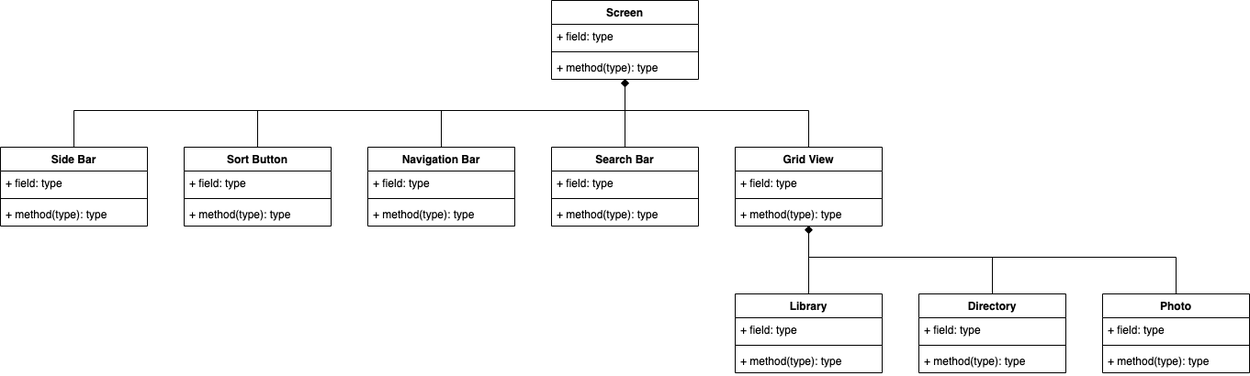
Before: docs/UML/FotoNavigationUml.drawio.png, a diagram exported from draw.io (KevinSchildhorn/FoToPresenter). Source tidied: cells renumbered, new cells last; positions are measured from the earlier drawing's top-left corner, leaving out a move shared by most shapes.
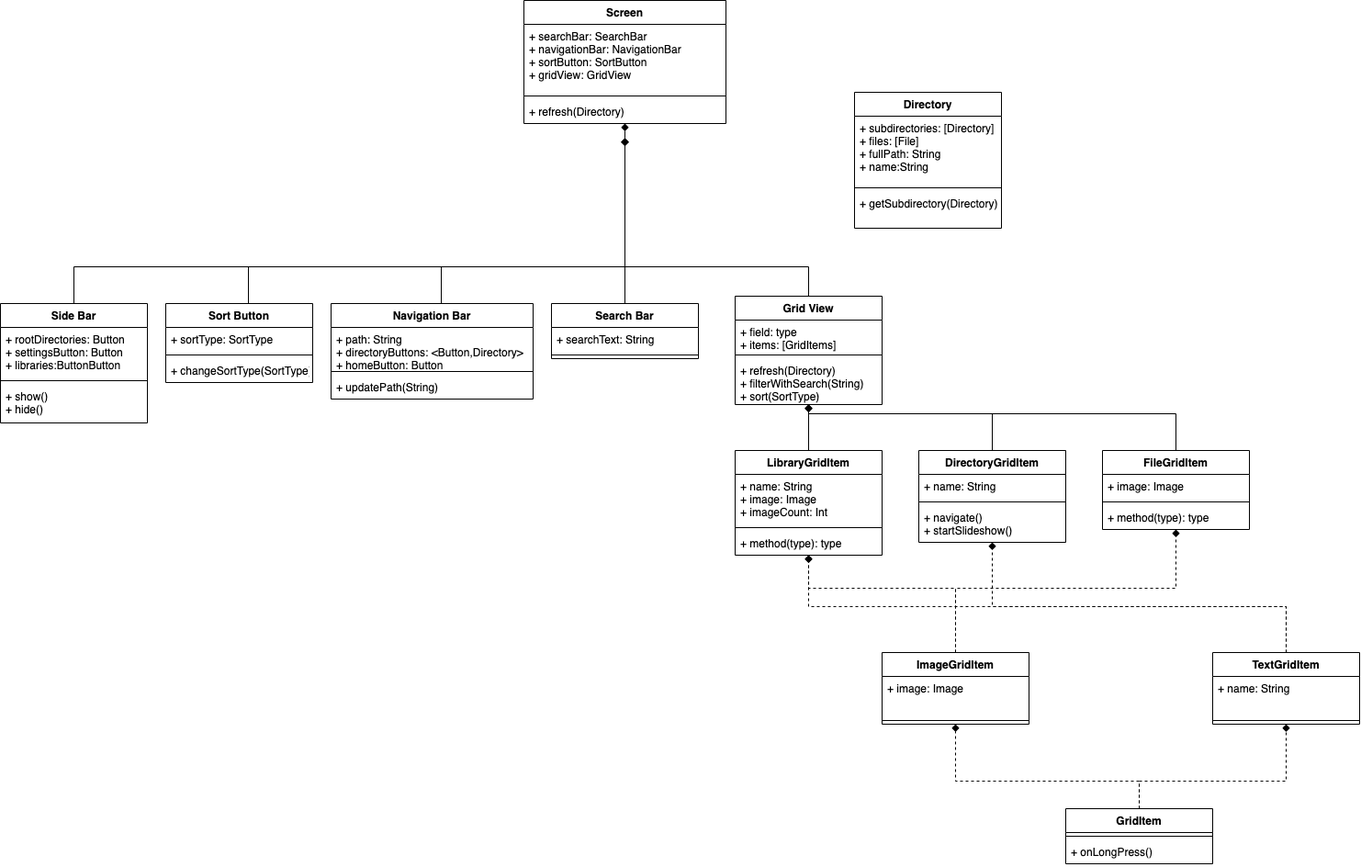
After the change.

Commit message:
Updating UML for Navigation

What changed in the source:
```diff
@@ -12,6 +12,6 @@
     </mxCell>
-    <mxCell id="3" value="Directory" style="swimlane;fontStyle=1;align=center;verticalAlign=top;horizontal=1;startSize=26;" parent="1" vertex="1">
-      <mxGeometry x="1000" y="320" width="160" height="86" as="geometry" />
+    <mxCell id="3" value="DirectoryGridItem" style="swimlane;fontStyle=1;align=center;verticalAlign=top;horizontal=1;startSize=26;" parent="1" vertex="1">
+      <mxGeometry x="1000" y="320" width="160" height="100" as="geometry" />
     </mxCell>
-    <mxCell id="4" value="+ field: type" style="text;strokeColor=none;fillColor=none;align=left;verticalAlign=top;spacingLeft=4;spacingRight=4;overflow=hidden;" parent="3" vertex="1">
+    <mxCell id="4" value="+ name: String" style="text;strokeColor=none;fillColor=none;align=left;verticalAlign=top;spacingLeft=4;spacingRight=4;overflow=hidden;" parent="3" vertex="1">
       <mxGeometry y="26" width="160" height="26" as="geometry" />
@@ -21,4 +21,4 @@
     </mxCell>
-    <mxCell id="6" value="+ method(type): type" style="text;strokeColor=none;fillColor=none;align=left;verticalAlign=top;spacingLeft=4;spacingRight=4;overflow=hidden;" parent="3" vertex="1">
-      <mxGeometry y="60" width="160" height="26" as="geometry" />
+    <mxCell id="6" value="+ navigate()&#10;+ startSlideshow()" style="text;strokeColor=none;fillColor=none;align=left;verticalAlign=top;spacingLeft=4;spacingRight=4;overflow=hidden;" parent="3" vertex="1">
+      <mxGeometry y="60" width="160" height="40" as="geometry" />
     </mxCell>
@@ -32,6 +32,6 @@
     </mxCell>
-    <mxCell id="8" value="Photo" style="swimlane;fontStyle=1;align=center;verticalAlign=top;horizontal=1;startSize=26;" parent="1" vertex="1">
+    <mxCell id="8" value="FileGridItem" style="swimlane;fontStyle=1;align=center;verticalAlign=top;horizontal=1;startSize=26;" parent="1" vertex="1">
       <mxGeometry x="1200" y="320" width="160" height="86" as="geometry" />
     </mxCell>
-    <mxCell id="9" value="+ field: type" style="text;strokeColor=none;fillColor=none;align=left;verticalAlign=top;spacingLeft=4;spacingRight=4;overflow=hidden;" parent="8" vertex="1">
+    <mxCell id="9" value="+ image: Image" style="text;strokeColor=none;fillColor=none;align=left;verticalAlign=top;spacingLeft=4;spacingRight=4;overflow=hidden;" parent="8" vertex="1">
       <mxGeometry y="26" width="160" height="26" as="geometry" />
@@ -44,4 +44,5 @@
     </mxCell>
-    <mxCell id="12" style="edgeStyle=orthogonalEdgeStyle;rounded=0;jettySize=auto;html=1;endArrow=diamond;endFill=1;" parent="1" edge="1" source="13" target="32">
+    <mxCell id="12" style="edgeStyle=orthogonalEdgeStyle;rounded=0;jettySize=auto;html=1;endArrow=diamond;endFill=1;" parent="1" edge="1" source="13">
       <mxGeometry relative="1" as="geometry">
+        <mxPoint x="680" y="-20" as="targetPoint" />
         <Array as="points">
@@ -53,20 +54,22 @@
     <mxCell id="13" value="Grid View" style="swimlane;fontStyle=1;align=center;verticalAlign=top;horizontal=1;startSize=26;" parent="1" vertex="1">
-      <mxGeometry x="800" y="160" width="160" height="86" as="geometry" />
+      <mxGeometry x="800" y="152" width="160" height="118" as="geometry" />
     </mxCell>
-    <mxCell id="14" value="+ field: type" style="text;strokeColor=none;fillColor=none;align=left;verticalAlign=top;spacingLeft=4;spacingRight=4;overflow=hidden;" parent="13" vertex="1">
-      <mxGeometry y="26" width="160" height="26" as="geometry" />
+    <mxCell id="14" value="+ field: type&#10;+ items: [GridItems]" style="text;strokeColor=none;fillColor=none;align=left;verticalAlign=top;spacingLeft=4;spacingRight=4;overflow=hidden;" parent="13" vertex="1">
+      <mxGeometry y="26" width="160" height="34" as="geometry" />
     </mxCell>
     <mxCell id="15" style="line;strokeWidth=1;fillColor=none;align=left;verticalAlign=middle;spacingTop=-1;spacingLeft=3;spacingRight=3;labelPosition=right;" parent="13" vertex="1">
-      <mxGeometry y="52" width="160" height="8" as="geometry" />
+      <mxGeometry y="60" width="160" height="8" as="geometry" />
     </mxCell>
-    <mxCell id="16" value="+ method(type): type" style="text;strokeColor=none;fillColor=none;align=left;verticalAlign=top;spacingLeft=4;spacingRight=4;overflow=hidden;" parent="13" vertex="1">
-      <mxGeometry y="60" width="160" height="26" as="geometry" />
+    <mxCell id="16" value="+ refresh(Directory)&#10;+ filterWithSearch(String)&#10;+ sort(SortType)" style="text;strokeColor=none;fillColor=none;align=left;verticalAlign=top;spacingLeft=4;spacingRight=4;overflow=hidden;" parent="13" vertex="1">
+      <mxGeometry y="68" width="160" height="50" as="geometry" />
     </mxCell>
-    <mxCell id="17" style="edgeStyle=orthogonalEdgeStyle;rounded=0;jettySize=auto;html=1;endArrow=diamond;endFill=1;" parent="1" edge="1" source="18" target="32">
-      <mxGeometry relative="1" as="geometry" />
+    <mxCell id="17" style="edgeStyle=orthogonalEdgeStyle;rounded=0;jettySize=auto;html=1;endArrow=diamond;endFill=1;" parent="1" edge="1" source="18">
+      <mxGeometry relative="1" as="geometry">
+        <mxPoint x="680" y="-20" as="targetPoint" />
+      </mxGeometry>
     </mxCell>
     <mxCell id="18" value="Search Bar" style="swimlane;fontStyle=1;align=center;verticalAlign=top;horizontal=1;startSize=26;" parent="1" vertex="1">
-      <mxGeometry x="600" y="160" width="160" height="86" as="geometry" />
+      <mxGeometry x="600" y="160" width="160" height="60" as="geometry" />
     </mxCell>
-    <mxCell id="19" value="+ field: type" style="text;strokeColor=none;fillColor=none;align=left;verticalAlign=top;spacingLeft=4;spacingRight=4;overflow=hidden;" parent="18" vertex="1">
+    <mxCell id="19" value="+ searchText: String" style="text;strokeColor=none;fillColor=none;align=left;verticalAlign=top;spacingLeft=4;spacingRight=4;overflow=hidden;" parent="18" vertex="1">
       <mxGeometry y="26" width="160" height="26" as="geometry" />
@@ -76,7 +79,5 @@
     </mxCell>
-    <mxCell id="21" value="+ method(type): type" style="text;strokeColor=none;fillColor=none;align=left;verticalAlign=top;spacingLeft=4;spacingRight=4;overflow=hidden;" parent="18" vertex="1">
-      <mxGeometry y="60" width="160" height="26" as="geometry" />
-    </mxCell>
-    <mxCell id="22" style="edgeStyle=orthogonalEdgeStyle;rounded=0;jettySize=auto;html=1;endArrow=diamond;endFill=1;" parent="1" edge="1" source="23" target="32">
+    <mxCell id="22" style="edgeStyle=orthogonalEdgeStyle;rounded=0;jettySize=auto;html=1;endArrow=diamond;endFill=1;" parent="1" edge="1" source="23">
       <mxGeometry relative="1" as="geometry">
+        <mxPoint x="680" y="-20" as="targetPoint" />
         <Array as="points">
@@ -88,12 +89,12 @@
     <mxCell id="23" value="Navigation Bar" style="swimlane;fontStyle=1;align=center;verticalAlign=top;horizontal=1;startSize=26;" parent="1" vertex="1">
-      <mxGeometry x="400" y="160" width="160" height="86" as="geometry" />
+      <mxGeometry x="360" y="160" width="220" height="104" as="geometry" />
     </mxCell>
-    <mxCell id="24" value="+ field: type" style="text;strokeColor=none;fillColor=none;align=left;verticalAlign=top;spacingLeft=4;spacingRight=4;overflow=hidden;" parent="23" vertex="1">
-      <mxGeometry y="26" width="160" height="26" as="geometry" />
+    <mxCell id="24" value="+ path: String&#10;+ directoryButtons: &lt;Button,Directory&gt;&#10;+ homeButton: Button" style="text;strokeColor=none;fillColor=none;align=left;verticalAlign=top;spacingLeft=4;spacingRight=4;overflow=hidden;" parent="23" vertex="1">
+      <mxGeometry y="26" width="220" height="44" as="geometry" />
     </mxCell>
     <mxCell id="25" style="line;strokeWidth=1;fillColor=none;align=left;verticalAlign=middle;spacingTop=-1;spacingLeft=3;spacingRight=3;labelPosition=right;" parent="23" vertex="1">
-      <mxGeometry y="52" width="160" height="8" as="geometry" />
+      <mxGeometry y="70" width="220" height="8" as="geometry" />
     </mxCell>
-    <mxCell id="26" value="+ method(type): type" style="text;strokeColor=none;fillColor=none;align=left;verticalAlign=top;spacingLeft=4;spacingRight=4;overflow=hidden;" parent="23" vertex="1">
-      <mxGeometry y="60" width="160" height="26" as="geometry" />
+    <mxCell id="26" value="+ updatePath(String)" style="text;strokeColor=none;fillColor=none;align=left;verticalAlign=top;spacingLeft=4;spacingRight=4;overflow=hidden;" parent="23" vertex="1">
+      <mxGeometry y="78" width="220" height="26" as="geometry" />
     </mxCell>
@@ -102,30 +103,19 @@
     </mxCell>
-    <mxCell id="28" value="Library" style="swimlane;fontStyle=1;align=center;verticalAlign=top;horizontal=1;startSize=26;" parent="1" vertex="1">
-      <mxGeometry x="800" y="320" width="160" height="86" as="geometry" />
+    <mxCell id="28" value="LibraryGridItem" style="swimlane;fontStyle=1;align=center;verticalAlign=top;horizontal=1;startSize=26;" parent="1" vertex="1">
+      <mxGeometry x="800" y="320" width="160" height="114" as="geometry" />
     </mxCell>
-    <mxCell id="29" value="+ field: type" style="text;strokeColor=none;fillColor=none;align=left;verticalAlign=top;spacingLeft=4;spacingRight=4;overflow=hidden;" parent="28" vertex="1">
-      <mxGeometry y="26" width="160" height="26" as="geometry" />
+    <mxCell id="29" value="+ name: String&#10;+ image: Image&#10;+ imageCount: Int" style="text;strokeColor=none;fillColor=none;align=left;verticalAlign=top;spacingLeft=4;spacingRight=4;overflow=hidden;" parent="28" vertex="1">
+      <mxGeometry y="26" width="160" height="54" as="geometry" />
     </mxCell>
     <mxCell id="30" style="line;strokeWidth=1;fillColor=none;align=left;verticalAlign=middle;spacingTop=-1;spacingLeft=3;spacingRight=3;labelPosition=right;" parent="28" vertex="1">
-      <mxGeometry y="52" width="160" height="8" as="geometry" />
+      <mxGeometry y="80" width="160" height="8" as="geometry" />
     </mxCell>
     <mxCell id="31" value="+ method(type): type" style="text;strokeColor=none;fillColor=none;align=left;verticalAlign=top;spacingLeft=4;spacingRight=4;overflow=hidden;" parent="28" vertex="1">
-      <mxGeometry y="60" width="160" height="26" as="geometry" />
+      <mxGeometry y="88" width="160" height="26" as="geometry" />
     </mxCell>
-    <mxCell id="32" value="Screen" style="swimlane;fontStyle=1;align=center;verticalAlign=top;horizontal=1;startSize=26;" parent="1" vertex="1">
-      <mxGeometry x="600" width="160" height="86" as="geometry" />
-    </mxCell>
-    <mxCell id="33" value="+ field: type" style="text;strokeColor=none;fillColor=none;align=left;verticalAlign=top;spacingLeft=4;spacingRight=4;overflow=hidden;" parent="32" vertex="1">
-      <mxGeometry y="26" width="160" height="26" as="geometry" />
-    </mxCell>
-    <mxCell id="34" style="line;strokeWidth=1;fillColor=none;align=left;verticalAlign=middle;spacingTop=-1;spacingLeft=3;spacingRight=3;labelPosition=right;" parent="32" vertex="1">
-      <mxGeometry y="52" width="160" height="8" as="geometry" />
-    </mxCell>
-    <mxCell id="35" value="+ method(type): type" style="text;strokeColor=none;fillColor=none;align=left;verticalAlign=top;spacingLeft=4;spacingRight=4;overflow=hidden;" parent="32" vertex="1">
-      <mxGeometry y="60" width="160" height="26" as="geometry" />
-    </mxCell>
-    <mxCell id="36" style="edgeStyle=orthogonalEdgeStyle;rounded=0;jettySize=auto;html=1;endArrow=diamond;endFill=1;" parent="1" edge="1" source="37" target="32">
+    <mxCell id="36" style="edgeStyle=orthogonalEdgeStyle;rounded=0;jettySize=auto;html=1;endArrow=diamond;endFill=1;" parent="1" edge="1" source="37">
       <mxGeometry relative="1" as="geometry">
+        <mxPoint x="680" y="-20" as="targetPoint" />
         <Array as="points">
-          <mxPoint x="280" y="120" />
+          <mxPoint x="270" y="120" />
           <mxPoint x="680" y="120" />
@@ -135,5 +125,5 @@
     <mxCell id="37" value="Sort Button" style="swimlane;fontStyle=1;align=center;verticalAlign=top;horizontal=1;startSize=26;" parent="1" vertex="1">
-      <mxGeometry x="200" y="160" width="160" height="86" as="geometry" />
+      <mxGeometry x="180" y="160" width="160" height="86" as="geometry" />
     </mxCell>
-    <mxCell id="38" value="+ field: type" style="text;strokeColor=none;fillColor=none;align=left;verticalAlign=top;spacingLeft=4;spacingRight=4;overflow=hidden;" parent="37" vertex="1">
+    <mxCell id="38" value="+ sortType: SortType" style="text;strokeColor=none;fillColor=none;align=left;verticalAlign=top;spacingLeft=4;spacingRight=4;overflow=hidden;" parent="37" vertex="1">
       <mxGeometry y="26" width="160" height="26" as="geometry" />
@@ -143,6 +133,6 @@
     </mxCell>
-    <mxCell id="40" value="+ method(type): type" style="text;strokeColor=none;fillColor=none;align=left;verticalAlign=top;spacingLeft=4;spacingRight=4;overflow=hidden;" parent="37" vertex="1">
+    <mxCell id="40" value="+ changeSortType(SortType)" style="text;strokeColor=none;fillColor=none;align=left;verticalAlign=top;spacingLeft=4;spacingRight=4;overflow=hidden;" parent="37" vertex="1">
       <mxGeometry y="60" width="160" height="26" as="geometry" />
     </mxCell>
-    <mxCell id="41" style="edgeStyle=orthogonalEdgeStyle;rounded=0;jettySize=auto;html=1;endArrow=diamond;endFill=1;" parent="1" edge="1" source="42" target="32">
+    <mxCell id="41" style="edgeStyle=orthogonalEdgeStyle;rounded=0;jettySize=auto;html=1;endArrow=diamond;endFill=1;entryX=0.5;entryY=1;entryDx=0;entryDy=0;entryPerimeter=0;" parent="1" edge="1" source="42" target="67">
       <mxGeometry relative="1" as="geometry">
@@ -155,13 +145,112 @@
     <mxCell id="42" value="Side Bar" style="swimlane;fontStyle=1;align=center;verticalAlign=top;horizontal=1;startSize=26;" parent="1" vertex="1">
-      <mxGeometry y="160" width="160" height="86" as="geometry" />
+      <mxGeometry y="160" width="160" height="130" as="geometry" />
     </mxCell>
-    <mxCell id="43" value="+ field: type" style="text;strokeColor=none;fillColor=none;align=left;verticalAlign=top;spacingLeft=4;spacingRight=4;overflow=hidden;" parent="42" vertex="1">
-      <mxGeometry y="26" width="160" height="26" as="geometry" />
+    <mxCell id="43" value="+ rootDirectories: Button&#10;+ settingsButton: Button&#10;+ libraries:ButtonButton" style="text;strokeColor=none;fillColor=none;align=left;verticalAlign=top;spacingLeft=4;spacingRight=4;overflow=hidden;" parent="42" vertex="1">
+      <mxGeometry y="26" width="160" height="54" as="geometry" />
     </mxCell>
     <mxCell id="44" style="line;strokeWidth=1;fillColor=none;align=left;verticalAlign=middle;spacingTop=-1;spacingLeft=3;spacingRight=3;labelPosition=right;" parent="42" vertex="1">
-      <mxGeometry y="52" width="160" height="8" as="geometry" />
+      <mxGeometry y="80" width="160" height="8" as="geometry" />
     </mxCell>
-    <mxCell id="45" value="+ method(type): type" style="text;strokeColor=none;fillColor=none;align=left;verticalAlign=top;spacingLeft=4;spacingRight=4;overflow=hidden;" parent="42" vertex="1">
-      <mxGeometry y="60" width="160" height="26" as="geometry" />
+    <mxCell id="45" value="+ show()&#10;+ hide()" style="text;strokeColor=none;fillColor=none;align=left;verticalAlign=top;spacingLeft=4;spacingRight=4;overflow=hidden;" parent="42" vertex="1">
+      <mxGeometry y="88" width="160" height="42" as="geometry" />
     </mxCell>
+    <mxCell id="46" value="Directory" style="swimlane;fontStyle=1;align=center;verticalAlign=top;horizontal=1;startSize=26;" parent="1" vertex="1">
+      <mxGeometry x="930" y="-70" width="160" height="148" as="geometry" />
+    </mxCell>
+    <mxCell id="47" value="+ subdirectories: [Directory]&#10;+ files: [File]&#10;+ fullPath: String&#10;+ name:String" style="text;strokeColor=none;fillColor=none;align=left;verticalAlign=top;spacingLeft=4;spacingRight=4;overflow=hidden;" parent="46" vertex="1">
+      <mxGeometry y="26" width="160" height="74" as="geometry" />
+    </mxCell>
+    <mxCell id="48" style="line;strokeWidth=1;fillColor=none;align=left;verticalAlign=middle;spacingTop=-1;spacingLeft=3;spacingRight=3;labelPosition=right;" parent="46" vertex="1">
+      <mxGeometry y="100" width="160" height="8" as="geometry" />
+    </mxCell>
+    <mxCell id="49" value="+ getSubdirectory(Directory)&#10;" style="text;strokeColor=none;fillColor=none;align=left;verticalAlign=top;spacingLeft=4;spacingRight=4;overflow=hidden;" parent="46" vertex="1">
+      <mxGeometry y="108" width="160" height="40" as="geometry" />
+    </mxCell>
+    <mxCell id="50" style="edgeStyle=orthogonalEdgeStyle;rounded=0;jettySize=auto;html=1;dashed=1;endArrow=diamond;endFill=1;" parent="1" edge="1" source="52" target="57">
+      <mxGeometry relative="1" as="geometry">
+        <Array as="points">
+          <mxPoint x="1240" y="680" />
+          <mxPoint x="1040" y="680" />
+        </Array>
+      </mxGeometry>
+    </mxCell>
+    <mxCell id="51" style="edgeStyle=orthogonalEdgeStyle;rounded=0;jettySize=auto;html=1;dashed=1;endArrow=diamond;endFill=1;" parent="1" edge="1" source="52" target="62">
+      <mxGeometry relative="1" as="geometry">
+        <Array as="points">
+          <mxPoint x="1240" y="680" />
+          <mxPoint x="1400" y="680" />
+        </Array>
+      </mxGeometry>
+    </mxCell>
+    <mxCell id="52" value="GridItem" style="swimlane;fontStyle=1;align=center;verticalAlign=top;horizontal=1;startSize=26;" parent="1" vertex="1">
+      <mxGeometry x="1160" y="710" width="160" height="60" as="geometry" />
+    </mxCell>
+    <mxCell id="53" style="line;strokeWidth=1;fillColor=none;align=left;verticalAlign=middle;spacingTop=-1;spacingLeft=3;spacingRight=3;labelPosition=right;" parent="52" vertex="1">
+      <mxGeometry y="26" width="160" height="8" as="geometry" />
+    </mxCell>
+    <mxCell id="54" value="+ onLongPress()" style="text;strokeColor=none;fillColor=none;align=left;verticalAlign=top;spacingLeft=4;spacingRight=4;overflow=hidden;" parent="52" vertex="1">
+      <mxGeometry y="34" width="160" height="26" as="geometry" />
+    </mxCell>
+    <mxCell id="55" style="edgeStyle=orthogonalEdgeStyle;rounded=0;jettySize=auto;html=1;dashed=1;endArrow=diamond;endFill=1;" parent="1" edge="1" source="57" target="28">
+      <mxGeometry relative="1" as="geometry">
+        <Array as="points">
+          <mxPoint x="1040" y="470" />
+          <mxPoint x="880" y="470" />
+        </Array>
+      </mxGeometry>
+    </mxCell>
+    <mxCell id="56" style="edgeStyle=orthogonalEdgeStyle;rounded=0;jettySize=auto;html=1;dashed=1;endArrow=diamond;endFill=1;" parent="1" edge="1" source="57" target="8">
+      <mxGeometry relative="1" as="geometry">
+        <Array as="points">
+          <mxPoint x="1040" y="470" />
+          <mxPoint x="1280" y="470" />
+        </Array>
+      </mxGeometry>
+    </mxCell>
+    <mxCell id="57" value="ImageGridItem" style="swimlane;fontStyle=1;align=center;verticalAlign=top;horizontal=1;startSize=26;" parent="1" vertex="1">
+      <mxGeometry x="960" y="540" width="160" height="78" as="geometry" />
+    </mxCell>
+    <mxCell id="58" value="+ image: Image" style="text;strokeColor=none;fillColor=none;align=left;verticalAlign=top;spacingLeft=4;spacingRight=4;overflow=hidden;" parent="57" vertex="1">
+      <mxGeometry y="26" width="160" height="44" as="geometry" />
+    </mxCell>
+    <mxCell id="59" style="line;strokeWidth=1;fillColor=none;align=left;verticalAlign=middle;spacingTop=-1;spacingLeft=3;spacingRight=3;labelPosition=right;" parent="57" vertex="1">
+      <mxGeometry y="70" width="160" height="8" as="geometry" />
+    </mxCell>
+    <mxCell id="60" style="edgeStyle=orthogonalEdgeStyle;rounded=0;jettySize=auto;html=1;dashed=1;endArrow=diamond;endFill=1;" parent="1" edge="1" source="62" target="3">
+      <mxGeometry relative="1" as="geometry">
+        <Array as="points">
+          <mxPoint x="1400" y="490" />
+          <mxPoint x="1080" y="490" />
+        </Array>
+      </mxGeometry>
+    </mxCell>
+    <mxCell id="61" style="edgeStyle=orthogonalEdgeStyle;rounded=0;jettySize=auto;html=1;dashed=1;endArrow=diamond;endFill=1;" parent="1" edge="1" source="62" target="28">
+      <mxGeometry relative="1" as="geometry">
+        <Array as="points">
+          <mxPoint x="1400" y="490" />
+          <mxPoint x="880" y="490" />
+        </Array>
+      </mxGeometry>
+    </mxCell>
+    <mxCell id="62" value="TextGridItem" style="swimlane;fontStyle=1;align=center;verticalAlign=top;horizontal=1;startSize=26;" parent="1" vertex="1">
+      <mxGeometry x="1320" y="540" width="160" height="78" as="geometry" />
+    </mxCell>
+    <mxCell id="63" value="+ name: String&#10;" style="text;strokeColor=none;fillColor=none;align=left;verticalAlign=top;spacingLeft=4;spacingRight=4;overflow=hidden;" parent="62" vertex="1">
+      <mxGeometry y="26" width="160" height="44" as="geometry" />
+    </mxCell>
+    <mxCell id="64" style="line;strokeWidth=1;fillColor=none;align=left;verticalAlign=middle;spacingTop=-1;spacingLeft=3;spacingRight=3;labelPosition=right;" parent="62" vertex="1">
+      <mxGeometry y="70" width="160" height="8" as="geometry" />
+    </mxCell>
+    <mxCell id="32" value="Screen" style="swimlane;fontStyle=1;align=center;verticalAlign=top;horizontal=1;startSize=26;" parent="1" vertex="1">
+      <mxGeometry x="570" y="-170" width="220" height="134" as="geometry" />
+    </mxCell>
+    <mxCell id="65" value="+ searchBar: SearchBar&#10;+ navigationBar: NavigationBar&#10;+ sortButton: SortButton&#10;+ gridView: GridView" style="text;strokeColor=none;fillColor=none;align=left;verticalAlign=top;spacingLeft=4;spacingRight=4;overflow=hidden;" parent="32" vertex="1">
+      <mxGeometry y="26" width="220" height="74" as="geometry" />
+    </mxCell>
+    <mxCell id="66" style="line;strokeWidth=1;fillColor=none;align=left;verticalAlign=middle;spacingTop=-1;spacingLeft=3;spacingRight=3;labelPosition=right;" parent="32" vertex="1">
+      <mxGeometry y="100" width="220" height="8" as="geometry" />
+    </mxCell>
+    <mxCell id="67" value="+ refresh(Directory)" style="text;strokeColor=none;fillColor=none;align=left;verticalAlign=top;spacingLeft=4;spacingRight=4;overflow=hidden;points=[[0,0.5],[1,0.5]];portConstraint=eastwest;" parent="32" vertex="1">
+      <mxGeometry y="108" width="220" height="26" as="geometry" />
+    </mxCell>
   </root>
```
